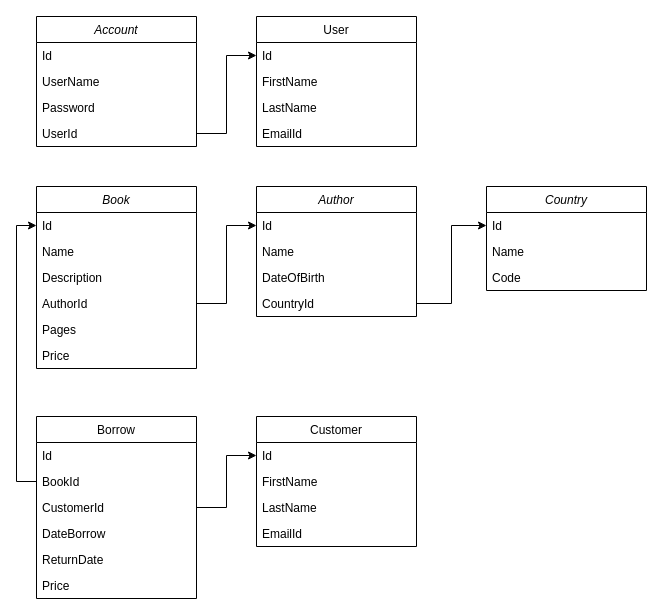
The draw.io diagram document/Lib.drawio in DoanNV19/library, before the edit. Source tidied: cells renumbered, new cells numbered last; positions are measured from the earlier drawing's top-left corner, leaving out a move shared by most shapes. Both pictures are drawn from the tidied source at 100%, with x=0, y=0 at pixel (36, 16).
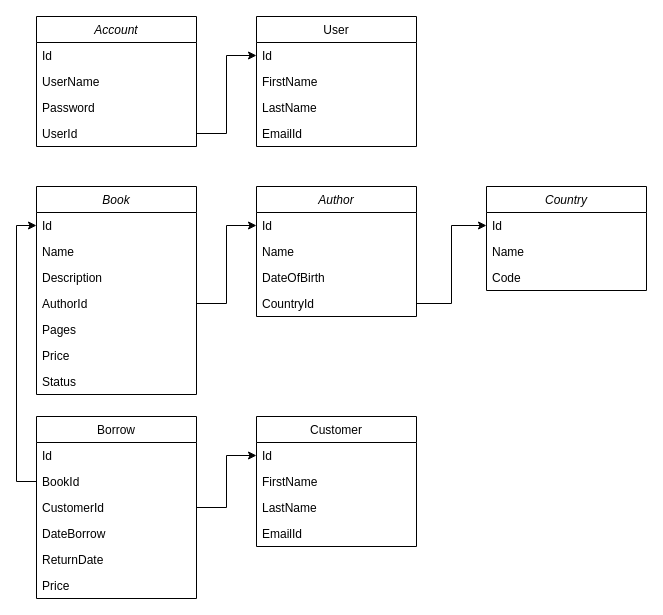
The same diagram, later.

The edit, as a diff of the source:
```diff
@@
     <mxCell id="13" value="Book" style="swimlane;fontStyle=2;align=center;verticalAlign=top;horizontal=1;startSize=26;rounded=0;shadow=0;strokeWidth=1;" parent="1" vertex="1">
-      <mxGeometry y="170" width="160" height="182" as="geometry" />
+      <mxGeometry y="170" width="160" height="208" as="geometry" />
     </mxCell>
@@
+    <mxCell id="45" value="Status" style="text;align=left;verticalAlign=top;spacingLeft=4;spacingRight=4;overflow=hidden;rounded=0;shadow=0;html=0;" parent="13" vertex="1">
+      <mxGeometry y="182" width="160" height="26" as="geometry" />
+    </mxCell>
```
